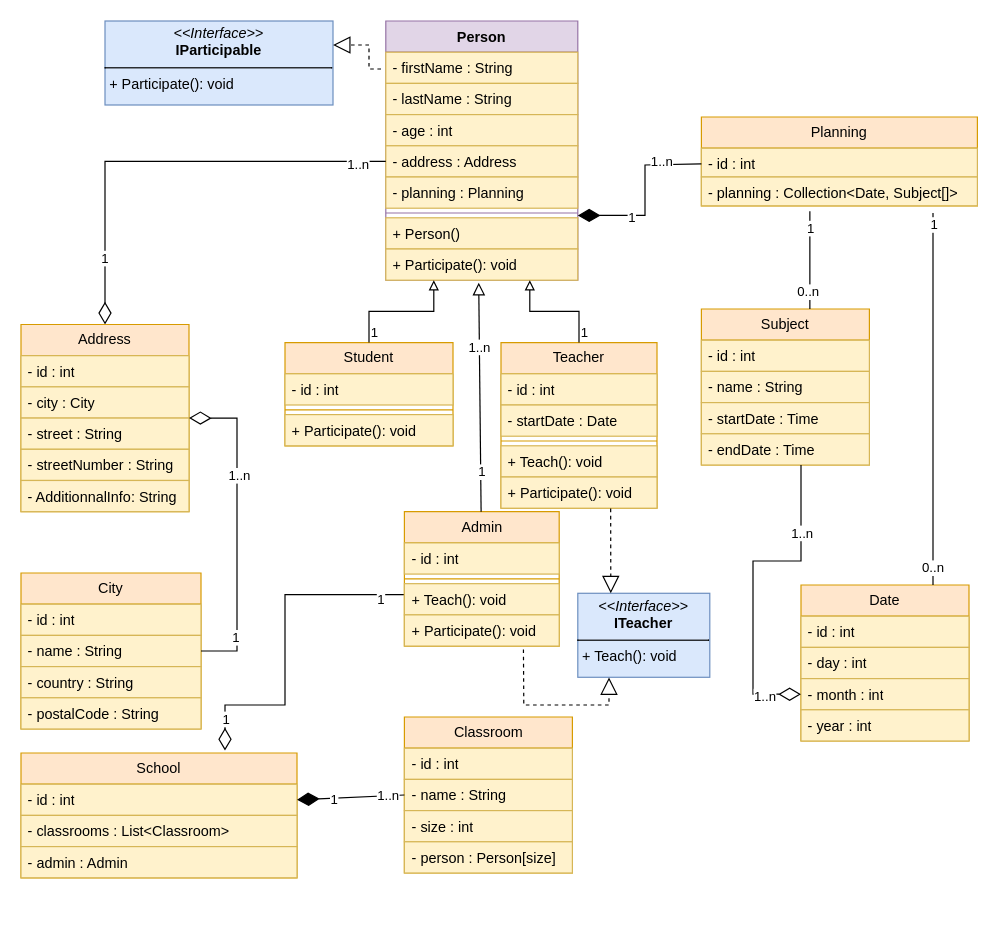
Earlier version of the draw.io diagram UML/Class_diagram.drawio (KMorere/school_uml). Source tidied: cells renumbered, new cells numbered last; positions are measured from the earlier drawing's top-left corner, leaving out a move shared by most shapes. Both pictures are drawn from the tidied source at 120%, with x=0, y=0 at pixel (20, 20).
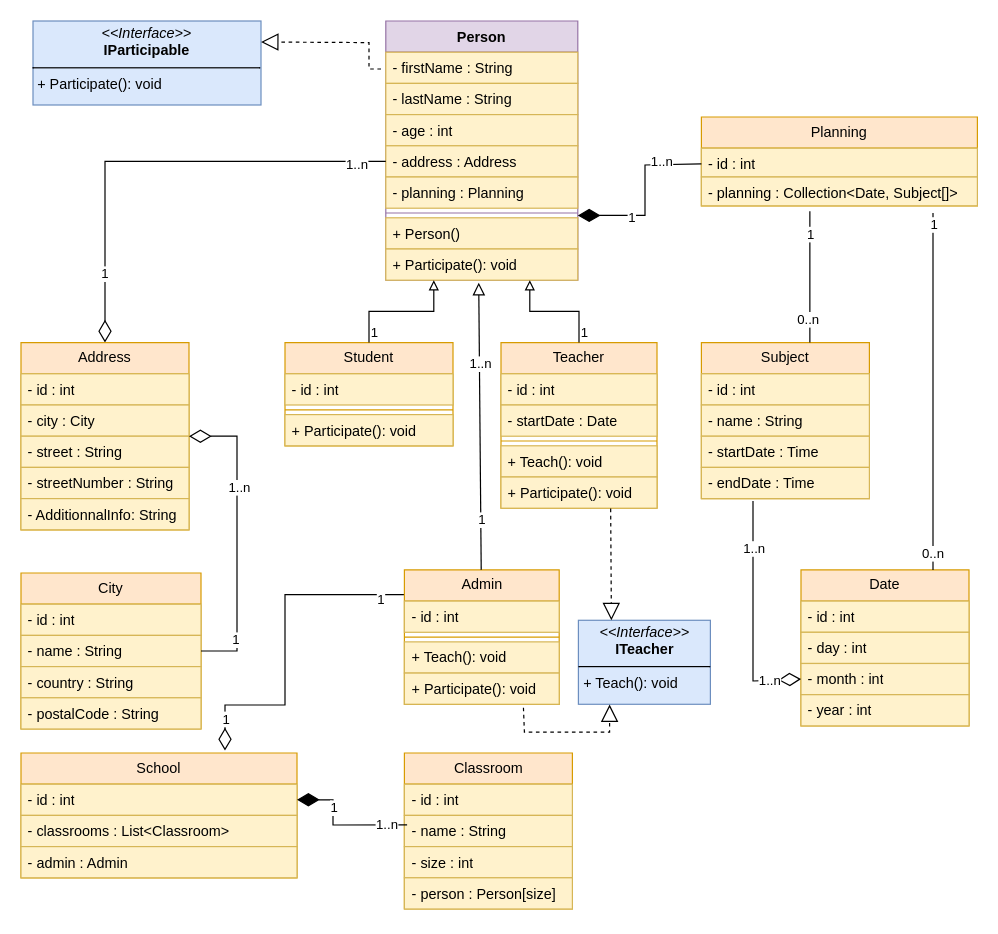
The same page after the edit.

Commit message:
Rearranged the diagram.

The change refers to these unchanged cells:
```xml
<mxCell id="22" value="- name : String" style="text;strokeColor=#d6b656;fillColor=#fff2cc;align=left;verticalAlign=top;spacingLeft=4;spacingRight=4;overflow=hidden;points=[[0,0.5],[1,0.5]];portConstraint=eastwest;whiteSpace=wrap;html=1;" parent="20" vertex="1">
  <mxGeometry y="52" width="140" height="26" as="geometry" />
</mxCell>
<mxCell id="33" value="- month : int" style="text;strokeColor=#d6b656;fillColor=#fff2cc;align=left;verticalAlign=top;spacingLeft=4;spacingRight=4;overflow=hidden;points=[[0,0.5],[1,0.5]];portConstraint=eastwest;whiteSpace=wrap;html=1;" parent="30" vertex="1">
  <mxGeometry y="78" width="140" height="26" as="geometry" />
</mxCell>
<mxCell id="39" value="- id : int" style="text;strokeColor=#d6b656;fillColor=#fff2cc;align=left;verticalAlign=top;spacingLeft=4;spacingRight=4;overflow=hidden;points=[[0,0.5],[1,0.5]];portConstraint=eastwest;whiteSpace=wrap;html=1;" parent="38" vertex="1">
  <mxGeometry y="26" width="230" height="26" as="geometry" />
</mxCell>
<mxCell id="65" value="+ Participate(): void" style="text;strokeColor=#d6b656;fillColor=#fff2cc;align=left;verticalAlign=top;spacingLeft=4;spacingRight=4;overflow=hidden;points=[[0,0.5],[1,0.5]];portConstraint=eastwest;whiteSpace=wrap;html=1;" parent="61" vertex="1">
  <mxGeometry y="86" width="129" height="26" as="geometry" />
</mxCell>
<mxCell id="66" value="City" style="swimlane;fontStyle=0;horizontal=1;startSize=26;fillColor=#ffe6cc;whiteSpace=wrap;html=1;strokeColor=#d79b00;" parent="1" vertex="1">
  <mxGeometry y="460" width="150" height="130" as="geometry" />
</mxCell>
```

The edit, as a diff of the source:
```diff
@@
     <mxCell id="14" value="Address" style="swimlane;fontStyle=0;horizontal=1;startSize=26;fillColor=#ffe6cc;whiteSpace=wrap;html=1;strokeColor=#d79b00;" parent="1" vertex="1">
-      <mxGeometry y="252.9" width="140" height="156" as="geometry" />
+      <mxGeometry y="268" width="140" height="156" as="geometry" />
     </mxCell>
@@
     <mxCell id="20" value="Classroom" style="swimlane;fontStyle=0;horizontal=1;startSize=26;fillColor=#ffe6cc;whiteSpace=wrap;html=1;strokeColor=#d79b00;" parent="1" vertex="1">
-      <mxGeometry x="319.5" y="580" width="140" height="130" as="geometry" />
+      <mxGeometry x="319.5" y="610" width="140" height="130" as="geometry" />
     </mxCell>
@@
     <mxCell id="25" value="Subject" style="swimlane;fontStyle=0;horizontal=1;startSize=26;fillColor=#ffe6cc;whiteSpace=wrap;html=1;strokeColor=#d79b00;" parent="1" vertex="1">
-      <mxGeometry x="567" y="240" width="140" height="130" as="geometry" />
+      <mxGeometry x="567" y="268" width="140" height="130" as="geometry" />
     </mxCell>
@@
     <mxCell id="30" value="Date" style="swimlane;fontStyle=0;horizontal=1;startSize=26;fillColor=#ffe6cc;whiteSpace=wrap;html=1;strokeColor=#d79b00;" parent="1" vertex="1">
-      <mxGeometry x="650" y="470" width="140" height="130" as="geometry" />
+      <mxGeometry x="650" y="457.4" width="140" height="130" as="geometry" />
     </mxCell>
@@
     <mxCell id="61" value="Admin" style="swimlane;fontStyle=0;horizontal=1;startSize=26;fillColor=#ffe6cc;whiteSpace=wrap;html=1;strokeColor=#d79b00;" parent="1" vertex="1">
-      <mxGeometry x="319.5" y="408.9" width="129" height="112" as="geometry" />
+      <mxGeometry x="319.5" y="457.4" width="129" height="112" as="geometry" />
     </mxCell>
@@
-    <mxCell id="74" style="endArrow=diamondThin;endFill=1;endSize=16;html=1;rounded=0;entryX=1;entryY=0.5;entryDx=0;entryDy=0;exitX=0;exitY=0.5;exitDx=0;exitDy=0;" parent="1" edge="1" source="22" target="39">
-      <mxGeometry relative="1" as="geometry" />
+    <mxCell id="74" style="endArrow=diamondThin;endFill=1;endSize=16;html=1;rounded=0;entryX=1;entryY=0.5;entryDx=0;entryDy=0;exitX=0.016;exitY=0.306;exitDx=0;exitDy=0;exitPerimeter=0;" parent="1" edge="1" source="22" target="39">
+      <mxGeometry relative="1" as="geometry">
+        <Array as="points">
+          <mxPoint x="260" y="670" />
+          <mxPoint x="260" y="649" />
+        </Array>
+      </mxGeometry>
     </mxCell>
@@
     <mxCell id="77" style="endArrow=diamondThin;endFill=0;endSize=16;html=1;rounded=0;exitX=1;exitY=0.5;exitDx=0;exitDy=0;entryX=1;entryY=0.5;entryDx=0;entryDy=0;" parent="1" edge="1" source="66" target="14">
       <mxGeometry relative="1" as="geometry">
         <Array as="points">
           <mxPoint x="180" y="525" />
           <mxPoint x="180" y="430" />
-          <mxPoint x="180" y="331" />
+          <mxPoint x="180" y="346" />
         </Array>
       </mxGeometry>
     </mxCell>
@@
     <mxCell id="80" style="endArrow=none;endFill=0;endSize=6;html=1;rounded=0;exitX=0;exitY=0.5;exitDx=0;exitDy=0;startArrow=diamondThin;startFill=0;startSize=16;" parent="1" edge="1" source="33">
       <mxGeometry relative="1" as="geometry">
-        <mxPoint x="650" y="370" as="targetPoint" />
+        <mxPoint x="610" y="400" as="targetPoint" />
         <Array as="points">
-          <mxPoint x="610" y="561" />
+          <mxPoint x="610" y="550" />
           <mxPoint x="610" y="480" />
           <mxPoint x="610" y="450" />
-          <mxPoint x="650" y="450" />
         </Array>
       </mxGeometry>
     </mxCell>
@@
     <mxCell id="90" value="&lt;p style=&quot;margin:0px;margin-top:4px;text-align:center;&quot;&gt;&lt;i&gt;&amp;lt;&amp;lt;Interface&amp;gt;&amp;gt;&lt;/i&gt;&lt;br&gt;&lt;b&gt;ITeacher&lt;/b&gt;&lt;/p&gt;&lt;hr size=&quot;1&quot; style=&quot;border-style:solid;&quot;&gt;&lt;p style=&quot;margin:0px;margin-left:4px;&quot;&gt;+ Teach(): void&lt;br&gt;&lt;/p&gt;" style="verticalAlign=top;align=left;overflow=fill;html=1;whiteSpace=wrap;fillColor=#dae8fc;strokeColor=#6c8ebf;" parent="1" vertex="1">
-      <mxGeometry x="464" y="476.9" width="110" height="70" as="geometry" />
+      <mxGeometry x="464.5" y="499.4" width="110" height="70" as="geometry" />
     </mxCell>
     <mxCell id="91" value="&lt;p style=&quot;margin:0px;margin-top:4px;text-align:center;&quot;&gt;&lt;i&gt;&amp;lt;&amp;lt;Interface&amp;gt;&amp;gt;&lt;/i&gt;&lt;br&gt;&lt;b&gt;IParticipable&lt;/b&gt;&lt;/p&gt;&lt;hr size=&quot;1&quot; style=&quot;border-style:solid;&quot;&gt;&lt;p style=&quot;margin:0px;margin-left:4px;&quot;&gt;+ Participate(): void&lt;br&gt;&lt;/p&gt;" style="verticalAlign=top;align=left;overflow=fill;html=1;whiteSpace=wrap;fillColor=#dae8fc;strokeColor=#6c8ebf;" parent="1" vertex="1">
-      <mxGeometry x="70" width="190" height="70" as="geometry" />
+      <mxGeometry x="10" width="190" height="70" as="geometry" />
     </mxCell>
-    <mxCell id="92" style="endArrow=block;dashed=1;endFill=0;endSize=12;html=1;rounded=0;" parent="1" edge="1">
+    <mxCell id="92" style="endArrow=block;dashed=1;endFill=0;endSize=12;html=1;rounded=0;entryX=1;entryY=0.25;entryDx=0;entryDy=0;" parent="1" edge="1" target="91">
       <mxGeometry relative="1" as="geometry">
         <mxPoint x="300" y="40" as="sourcePoint" />
-        <mxPoint x="260" y="20" as="targetPoint" />
         <Array as="points">
           <mxPoint x="290" y="40" />
-          <mxPoint x="290" y="20" />
+          <mxPoint x="290" y="18" />
         </Array>
       </mxGeometry>
     </mxCell>
@@
     <mxCell id="94" style="endArrow=block;dashed=1;endFill=0;endSize=12;html=1;rounded=0;exitX=0.769;exitY=1.108;exitDx=0;exitDy=0;exitPerimeter=0;" parent="1" edge="1" source="65">
       <mxGeometry relative="1" as="geometry">
-        <mxPoint x="490" y="547" as="targetPoint" />
+        <mxPoint x="490.5" y="569.6" as="targetPoint" />
         <Array as="points">
-          <mxPoint x="419" y="570" />
-          <mxPoint x="490" y="570" />
+          <mxPoint x="419.5" y="592.6" />
+          <mxPoint x="490.5" y="592.6" />
         </Array>
       </mxGeometry>
     </mxCell>
```
